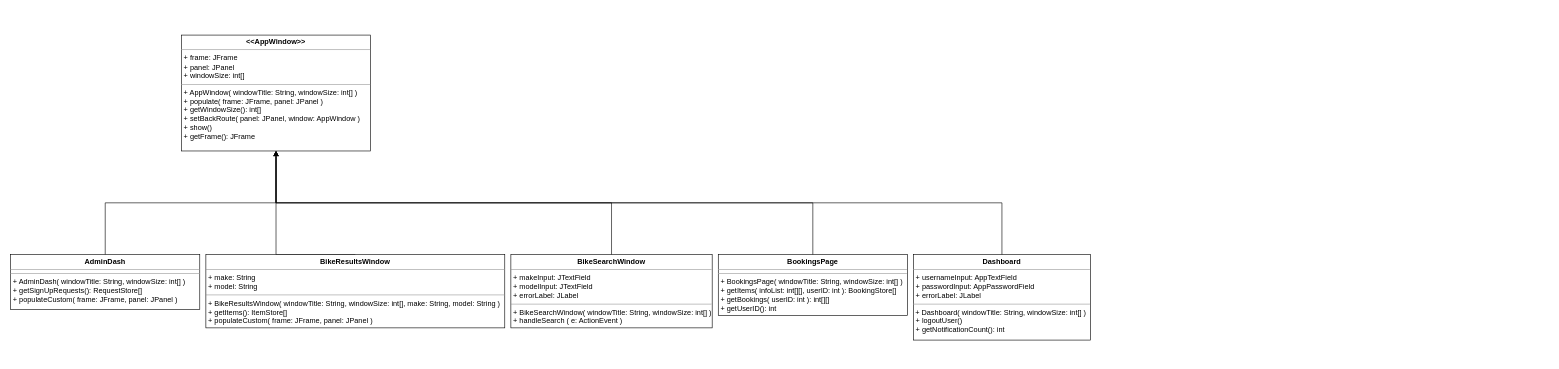
BenDonovan2002/BS2202 keeps this draw.io diagram as Class Diagram.drawio. Above is the earlier version. Source tidied: cells renumbered, new cells numbered last; positions are measured from the earlier drawing's top-left corner, leaving out a move shared by most shapes. Both pictures are drawn from the tidied source at 61%, with x=0, y=0 at pixel (10, 35).
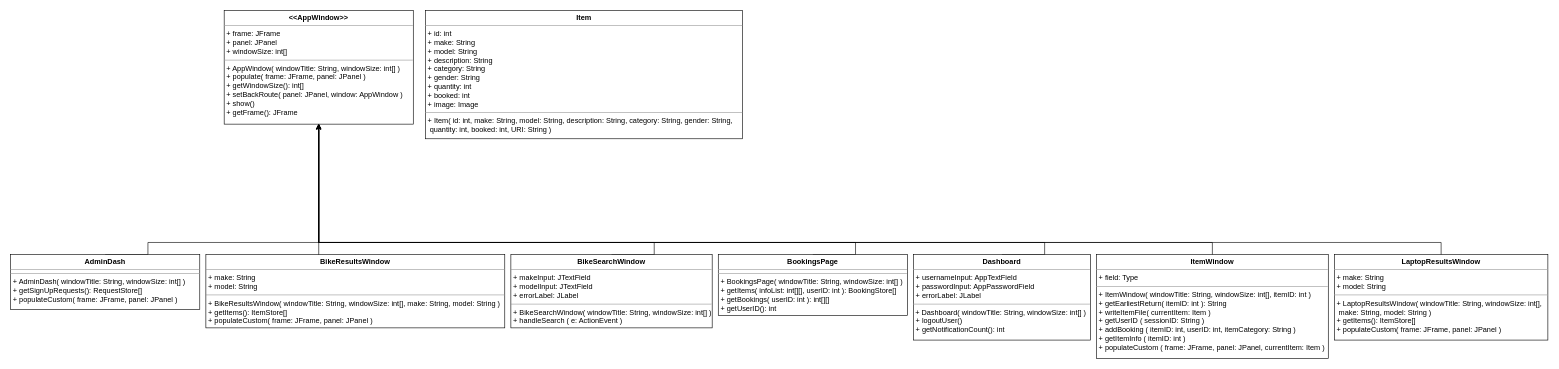
The same page after the edit.

Unchanged cells that the change refers to:
```xml
<mxCell id="4" value="&lt;p style=&quot;margin: 0px ; margin-top: 4px ; text-align: center&quot;&gt;&lt;b&gt;AdminDash&lt;/b&gt;&lt;/p&gt;&lt;hr size=&quot;1&quot;&gt;&lt;hr size=&quot;1&quot;&gt;&lt;p style=&quot;margin: 0px ; margin-left: 4px&quot;&gt;+ AdminDash( windowTitle: String, windowSize: int[] )&lt;br&gt;&lt;/p&gt;&lt;p style=&quot;margin: 0px ; margin-left: 4px&quot;&gt;&lt;/p&gt;&lt;p style=&quot;margin: 0px ; margin-left: 4px&quot;&gt;+ getSignUpRequests(): RequestStore[]&lt;br&gt;&lt;/p&gt;&lt;p style=&quot;margin: 0px ; margin-left: 4px&quot;&gt;+ populateCustom( frame: JFrame, panel: JPanel )&lt;br&gt;&lt;/p&gt;&lt;p style=&quot;margin: 0px ; margin-left: 4px&quot;&gt;&lt;/p&gt;&lt;p style=&quot;margin: 0px ; margin-left: 4px&quot;&gt;&lt;/p&gt;" style="verticalAlign=top;align=left;overflow=fill;fontSize=12;fontFamily=Helvetica;html=1;" parent="1" vertex="1">
  <mxGeometry y="360" width="310" height="90" as="geometry" />
</mxCell>
<mxCell id="6" value="&lt;p style=&quot;margin: 0px ; margin-top: 4px ; text-align: center&quot;&gt;&lt;b&gt;BikeResultsWindow&lt;/b&gt;&lt;/p&gt;&lt;hr size=&quot;1&quot;&gt;&lt;p style=&quot;margin: 0px ; margin-left: 4px&quot;&gt;+ make: String&lt;/p&gt;&lt;p style=&quot;margin: 0px ; margin-left: 4px&quot;&gt;+ model: String&lt;/p&gt;&lt;p style=&quot;margin: 0px ; margin-left: 4px&quot;&gt;&lt;/p&gt;&lt;hr size=&quot;1&quot;&gt;&lt;p style=&quot;margin: 0px ; margin-left: 4px&quot;&gt;+ BikeResultsWindow( windowTitle: String, windowSize: int[], make: String, model: String )&lt;br&gt;&lt;/p&gt;&lt;p style=&quot;margin: 0px ; margin-left: 4px&quot;&gt;+ getItems(): ItemStore[]&lt;/p&gt;&lt;p style=&quot;margin: 0px ; margin-left: 4px&quot;&gt;+ populateCustom( frame: JFrame, panel: JPanel )&lt;br&gt;&lt;/p&gt;&lt;p style=&quot;margin: 0px ; margin-left: 4px&quot;&gt;&lt;/p&gt;&lt;p style=&quot;margin: 0px ; margin-left: 4px&quot;&gt;&lt;/p&gt;" style="verticalAlign=top;align=left;overflow=fill;fontSize=12;fontFamily=Helvetica;html=1;" parent="1" vertex="1">
  <mxGeometry x="320" y="360" width="490" height="120" as="geometry" />
</mxCell>
<mxCell id="8" value="&lt;p style=&quot;margin: 0px ; margin-top: 4px ; text-align: center&quot;&gt;&lt;b&gt;BikeSearchWindow&lt;/b&gt;&lt;/p&gt;&lt;hr size=&quot;1&quot;&gt;&lt;p style=&quot;margin: 0px ; margin-left: 4px&quot;&gt;+ makeInput: JTextField&lt;/p&gt;&lt;p style=&quot;margin: 0px ; margin-left: 4px&quot;&gt;+ modelInput: JTextField&lt;/p&gt;&lt;p style=&quot;margin: 0px ; margin-left: 4px&quot;&gt;+ errorLabel: JLabel&lt;/p&gt;&lt;p style=&quot;margin: 0px ; margin-left: 4px&quot;&gt;&lt;/p&gt;&lt;p style=&quot;margin: 0px ; margin-left: 4px&quot;&gt;&lt;/p&gt;&lt;hr size=&quot;1&quot;&gt;&lt;p style=&quot;margin: 0px ; margin-left: 4px&quot;&gt;+ BikeSearchWindow( windowTitle: String, windowSize: int[] )&lt;/p&gt;&lt;p style=&quot;margin: 0px ; margin-left: 4px&quot;&gt;+ handleSearch ( e: ActionEvent )&lt;br&gt;&lt;/p&gt;" style="verticalAlign=top;align=left;overflow=fill;fontSize=12;fontFamily=Helvetica;html=1;" parent="1" vertex="1">
  <mxGeometry x="820" y="360" width="330" height="120" as="geometry" />
</mxCell>
<mxCell id="10" value="&lt;p style=&quot;margin: 0px ; margin-top: 4px ; text-align: center&quot;&gt;&lt;b&gt;BookingsPage&lt;/b&gt;&lt;/p&gt;&lt;hr size=&quot;1&quot;&gt;&lt;hr size=&quot;1&quot;&gt;&lt;p style=&quot;margin: 0px ; margin-left: 4px&quot;&gt;+ BookingsPage( windowTitle: String, windowSize: int[] )&lt;/p&gt;&lt;p style=&quot;margin: 0px ; margin-left: 4px&quot;&gt;&lt;/p&gt;&lt;p style=&quot;margin: 0px ; margin-left: 4px&quot;&gt;+ getItems( infoList: int[][], userID: int ): BookingStore[]&lt;/p&gt;&lt;p style=&quot;margin: 0px ; margin-left: 4px&quot;&gt;+ getBookings( userID: int ): int[][]&lt;/p&gt;&lt;p style=&quot;margin: 0px ; margin-left: 4px&quot;&gt;+ getUserID(): int&lt;/p&gt;&lt;p style=&quot;margin: 0px ; margin-left: 4px&quot;&gt;&lt;/p&gt;&lt;p style=&quot;margin: 0px ; margin-left: 4px&quot;&gt;&lt;/p&gt;&lt;p style=&quot;margin: 0px ; margin-left: 4px&quot;&gt;&lt;/p&gt;" style="verticalAlign=top;align=left;overflow=fill;fontSize=12;fontFamily=Helvetica;html=1;" parent="1" vertex="1">
  <mxGeometry x="1160" y="360" width="310" height="100" as="geometry" />
</mxCell>
<mxCell id="12" value="&lt;p style=&quot;margin: 0px ; margin-top: 4px ; text-align: center&quot;&gt;&lt;b&gt;Dashboard&lt;/b&gt;&lt;br&gt;&lt;/p&gt;&lt;hr size=&quot;1&quot;&gt;&lt;p style=&quot;margin: 0px ; margin-left: 4px&quot;&gt;+ usernameInput: AppTextField&lt;/p&gt;&lt;p style=&quot;margin: 0px ; margin-left: 4px&quot;&gt;+ passwordInput: AppPasswordField&lt;/p&gt;&lt;p style=&quot;margin: 0px ; margin-left: 4px&quot;&gt;+ errorLabel: JLabel&lt;/p&gt;&lt;hr size=&quot;1&quot;&gt;&amp;nbsp;+ Dashboard( windowTitle: String, windowSize: int[] )&lt;p style=&quot;margin: 0px ; margin-left: 4px&quot;&gt;&lt;/p&gt;&lt;p style=&quot;margin: 0px ; margin-left: 4px&quot;&gt;+ logoutUser()&lt;br&gt;&lt;/p&gt;&lt;p style=&quot;margin: 0px ; margin-left: 4px&quot;&gt;+ getNotificationCount(): int&lt;/p&gt;&lt;p style=&quot;margin: 0px ; margin-left: 4px&quot;&gt;&lt;/p&gt;&lt;p style=&quot;margin: 0px ; margin-left: 4px&quot;&gt;&lt;/p&gt;" style="verticalAlign=top;align=left;overflow=fill;fontSize=12;fontFamily=Helvetica;html=1;" parent="1" vertex="1">
  <mxGeometry x="1480" y="360" width="290" height="140" as="geometry" />
</mxCell>
```

What changed in the source:
```diff
@@
     <mxCell id="2" value="&lt;p style=&quot;margin: 0px ; margin-top: 4px ; text-align: center&quot;&gt;&lt;b&gt;&amp;lt;&amp;lt;AppWindow&amp;gt;&amp;gt;&lt;/b&gt;&lt;/p&gt;&lt;hr size=&quot;1&quot;&gt;&lt;p style=&quot;margin: 0px ; margin-left: 4px&quot;&gt;+ frame: JFrame&lt;/p&gt;&lt;p style=&quot;margin: 0px ; margin-left: 4px&quot;&gt;+ panel: JPanel&lt;/p&gt;&lt;p style=&quot;margin: 0px ; margin-left: 4px&quot;&gt;+ windowSize: int[]&lt;/p&gt;&lt;hr size=&quot;1&quot;&gt;&lt;p style=&quot;margin: 0px ; margin-left: 4px&quot;&gt;+ AppWindow( windowTitle: String, windowSize: int[] )&lt;/p&gt;&lt;p style=&quot;margin: 0px ; margin-left: 4px&quot;&gt;+ populate( frame: JFrame, panel: JPanel )&lt;/p&gt;&lt;p style=&quot;margin: 0px ; margin-left: 4px&quot;&gt;+ getWindowSize(): int[]&lt;br&gt;&lt;/p&gt;&lt;p style=&quot;margin: 0px ; margin-left: 4px&quot;&gt;+ setBackRoute( panel: JPanel, window: AppWindow )&lt;/p&gt;&lt;p style=&quot;margin: 0px ; margin-left: 4px&quot;&gt;+ show()&lt;/p&gt;&lt;p style=&quot;margin: 0px ; margin-left: 4px&quot;&gt;+ getFrame(): JFrame&lt;br&gt;&lt;/p&gt;" style="verticalAlign=top;align=left;overflow=fill;fontSize=12;fontFamily=Helvetica;html=1;" parent="1" vertex="1">
-      <mxGeometry x="280" width="310" height="190" as="geometry" />
+      <mxGeometry x="350" y="-40" width="310" height="186" as="geometry" />
     </mxCell>
     <mxCell id="3" style="edgeStyle=orthogonalEdgeStyle;rounded=0;jettySize=auto;html=1;exitX=0.5;exitY=0;exitDx=0;exitDy=0;entryX=0.5;entryY=1;entryDx=0;entryDy=0;" parent="1" edge="1" source="4" target="2">
-      <mxGeometry relative="1" as="geometry" />
+      <mxGeometry relative="1" as="geometry">
+        <Array as="points">
+          <mxPoint x="225" y="340" />
+          <mxPoint x="505" y="340" />
+        </Array>
+      </mxGeometry>
     </mxCell>
@@
     <mxCell id="5" style="edgeStyle=orthogonalEdgeStyle;rounded=0;jettySize=auto;html=1;exitX=0.5;exitY=0;exitDx=0;exitDy=0;entryX=0.5;entryY=1;entryDx=0;entryDy=0;" parent="1" edge="1" source="6" target="2">
       <mxGeometry relative="1" as="geometry">
         <Array as="points">
-          <mxPoint x="435" y="360" />
+          <mxPoint x="505" y="440" />
         </Array>
       </mxGeometry>
     </mxCell>
@@
     <mxCell id="7" style="edgeStyle=orthogonalEdgeStyle;rounded=0;jettySize=auto;html=1;exitX=0.5;exitY=0;exitDx=0;exitDy=0;entryX=0.5;entryY=1;entryDx=0;entryDy=0;" parent="1" edge="1" source="8" target="2">
-      <mxGeometry relative="1" as="geometry" />
+      <mxGeometry relative="1" as="geometry">
+        <Array as="points">
+          <mxPoint x="1055" y="340" />
+          <mxPoint x="505" y="340" />
+        </Array>
+      </mxGeometry>
     </mxCell>
@@
     <mxCell id="9" style="edgeStyle=orthogonalEdgeStyle;rounded=0;jettySize=auto;html=1;exitX=0.5;exitY=0;exitDx=0;exitDy=0;entryX=0.5;entryY=1;entryDx=0;entryDy=0;" parent="1" edge="1" source="10" target="2">
-      <mxGeometry relative="1" as="geometry" />
+      <mxGeometry relative="1" as="geometry">
+        <Array as="points">
+          <mxPoint x="1385" y="340" />
+          <mxPoint x="505" y="340" />
+        </Array>
+      </mxGeometry>
     </mxCell>
@@
     <mxCell id="11" style="edgeStyle=orthogonalEdgeStyle;rounded=0;jettySize=auto;html=1;exitX=0.5;exitY=0;exitDx=0;exitDy=0;entryX=0.5;entryY=1;entryDx=0;entryDy=0;" parent="1" edge="1" source="12" target="2">
-      <mxGeometry relative="1" as="geometry" />
+      <mxGeometry relative="1" as="geometry">
+        <Array as="points">
+          <mxPoint x="1695" y="340" />
+          <mxPoint x="505" y="340" />
+        </Array>
+      </mxGeometry>
     </mxCell>
@@
+    <mxCell id="13" value="&lt;p style=&quot;margin: 0px ; margin-top: 4px ; text-align: center&quot;&gt;&lt;b&gt;Item&lt;/b&gt;&lt;/p&gt;&lt;hr size=&quot;1&quot;&gt;&lt;p style=&quot;margin: 0px ; margin-left: 4px&quot;&gt;+ id: int&lt;/p&gt;&lt;p style=&quot;margin: 0px ; margin-left: 4px&quot;&gt;+ make: String&lt;/p&gt;&lt;p style=&quot;margin: 0px ; margin-left: 4px&quot;&gt;+ model: String&lt;/p&gt;&lt;p style=&quot;margin: 0px ; margin-left: 4px&quot;&gt;+ description: String&lt;/p&gt;&lt;p style=&quot;margin: 0px ; margin-left: 4px&quot;&gt;+ category: String&lt;/p&gt;&lt;p style=&quot;margin: 0px ; margin-left: 4px&quot;&gt;+ gender: String&lt;/p&gt;&lt;p style=&quot;margin: 0px ; margin-left: 4px&quot;&gt;+ quantity: int&lt;/p&gt;&lt;p style=&quot;margin: 0px ; margin-left: 4px&quot;&gt;+ booked: int&lt;/p&gt;&lt;p style=&quot;margin: 0px ; margin-left: 4px&quot;&gt;+ image: Image&lt;/p&gt;&lt;p style=&quot;margin: 0px ; margin-left: 4px&quot;&gt;&lt;/p&gt;&lt;p style=&quot;margin: 0px ; margin-left: 4px&quot;&gt;&lt;/p&gt;&lt;p style=&quot;margin: 0px ; margin-left: 4px&quot;&gt;&lt;/p&gt;&lt;p style=&quot;margin: 0px ; margin-left: 4px&quot;&gt;&lt;/p&gt;&lt;p style=&quot;margin: 0px ; margin-left: 4px&quot;&gt;&lt;/p&gt;&lt;p style=&quot;margin: 0px ; margin-left: 4px&quot;&gt;&lt;/p&gt;&lt;p style=&quot;margin: 0px ; margin-left: 4px&quot;&gt;&lt;/p&gt;&lt;p style=&quot;margin: 0px ; margin-left: 4px&quot;&gt;&lt;/p&gt;&lt;hr size=&quot;1&quot;&gt;&lt;p style=&quot;margin: 0px ; margin-left: 4px&quot;&gt;+ Item( id: int, make: String, model: String, description: String, category: String, gender: String,&lt;/p&gt;&lt;p style=&quot;margin: 0px ; margin-left: 4px&quot;&gt;&lt;span style=&quot;white-space: pre&quot;&gt; &lt;/span&gt;quantity: int, booked: int, URI: String )&lt;br&gt;&lt;/p&gt;" style="verticalAlign=top;align=left;overflow=fill;fontSize=12;fontFamily=Helvetica;html=1;" parent="1" vertex="1">
+      <mxGeometry x="680" y="-40" width="520" height="210" as="geometry" />
+    </mxCell>
+    <mxCell id="14" style="edgeStyle=orthogonalEdgeStyle;rounded=0;jettySize=auto;html=1;exitX=0.5;exitY=0;exitDx=0;exitDy=0;entryX=0.5;entryY=1;entryDx=0;entryDy=0;fontSize=12;" parent="1" edge="1" source="15" target="2">
+      <mxGeometry relative="1" as="geometry">
+        <Array as="points">
+          <mxPoint x="1970" y="340" />
+          <mxPoint x="505" y="340" />
+        </Array>
+      </mxGeometry>
+    </mxCell>
+    <mxCell id="15" value="&lt;p style=&quot;margin: 0px ; margin-top: 4px ; text-align: center&quot;&gt;&lt;b&gt;ItemWindow&lt;/b&gt;&lt;/p&gt;&lt;hr size=&quot;1&quot;&gt;&lt;p style=&quot;margin: 0px ; margin-left: 4px&quot;&gt;+ field: Type&lt;/p&gt;&lt;hr size=&quot;1&quot;&gt;&lt;p style=&quot;margin: 0px ; margin-left: 4px&quot;&gt;+ ItemWindow( windowTitle: String, windowSize: int[], itemID: int )&lt;/p&gt;&lt;p style=&quot;margin: 0px ; margin-left: 4px&quot;&gt;+ getEarliestReturn( itemID: int ): String&lt;/p&gt;&lt;p style=&quot;margin: 0px ; margin-left: 4px&quot;&gt;+ writeItemFile( currentItem: Item )&lt;/p&gt;&lt;p style=&quot;margin: 0px ; margin-left: 4px&quot;&gt;+ getUserID ( sessionID: String )&lt;/p&gt;&lt;p style=&quot;margin: 0px ; margin-left: 4px&quot;&gt;+ addBooking ( itemID: int, userID: int, itemCategory: String )&lt;/p&gt;&lt;p style=&quot;margin: 0px ; margin-left: 4px&quot;&gt;+ getItemInfo ( itemID: int )&lt;/p&gt;&lt;p style=&quot;margin: 0px ; margin-left: 4px&quot;&gt;+ populateCustom ( frame: JFrame, panel: JPanel, currentItem: Item )&lt;br&gt;&lt;/p&gt;" style="verticalAlign=top;align=left;overflow=fill;fontSize=12;fontFamily=Helvetica;html=1;" parent="1" vertex="1">
+      <mxGeometry x="1780" y="360" width="380" height="170" as="geometry" />
+    </mxCell>
+    <mxCell id="16" style="edgeStyle=orthogonalEdgeStyle;rounded=0;jettySize=auto;html=1;exitX=0.5;exitY=0;exitDx=0;exitDy=0;entryX=0.5;entryY=1;entryDx=0;entryDy=0;fontSize=12;" parent="1" edge="1" source="17" target="2">
+      <mxGeometry relative="1" as="geometry">
+        <Array as="points">
+          <mxPoint x="2345" y="340" />
+          <mxPoint x="505" y="340" />
+        </Array>
+      </mxGeometry>
+    </mxCell>
+    <mxCell id="17" value="&lt;p style=&quot;margin: 0px ; margin-top: 4px ; text-align: center&quot;&gt;&lt;b&gt;LaptopResultsWindow&lt;/b&gt;&lt;/p&gt;&lt;hr size=&quot;1&quot;&gt;&lt;p style=&quot;margin: 0px ; margin-left: 4px&quot;&gt;+ make: String&lt;/p&gt;&lt;p style=&quot;margin: 0px ; margin-left: 4px&quot;&gt;+ model: String&lt;/p&gt;&lt;p style=&quot;margin: 0px ; margin-left: 4px&quot;&gt;&lt;/p&gt;&lt;hr size=&quot;1&quot;&gt;&lt;p style=&quot;margin: 0px ; margin-left: 4px&quot;&gt;+ LaptopResultsWindow( windowTitle: String, windowSize: int[],&lt;/p&gt;&lt;p style=&quot;margin: 0px ; margin-left: 4px&quot;&gt;&lt;span style=&quot;white-space: pre&quot;&gt; &lt;/span&gt;make: String, model: String )&lt;br&gt;&lt;/p&gt;&lt;p style=&quot;margin: 0px ; margin-left: 4px&quot;&gt;+ getItems(): ItemStore[]&lt;/p&gt;&lt;p style=&quot;margin: 0px ; margin-left: 4px&quot;&gt;+ populateCustom( frame: JFrame, panel: JPanel )&lt;br&gt;&lt;/p&gt;&lt;p style=&quot;margin: 0px ; margin-left: 4px&quot;&gt;&lt;/p&gt;&lt;p style=&quot;margin: 0px ; margin-left: 4px&quot;&gt;&lt;/p&gt;" style="verticalAlign=top;align=left;overflow=fill;fontSize=12;fontFamily=Helvetica;html=1;" parent="1" vertex="1">
+      <mxGeometry x="2170" y="360" width="350" height="140" as="geometry" />
+    </mxCell>
```
